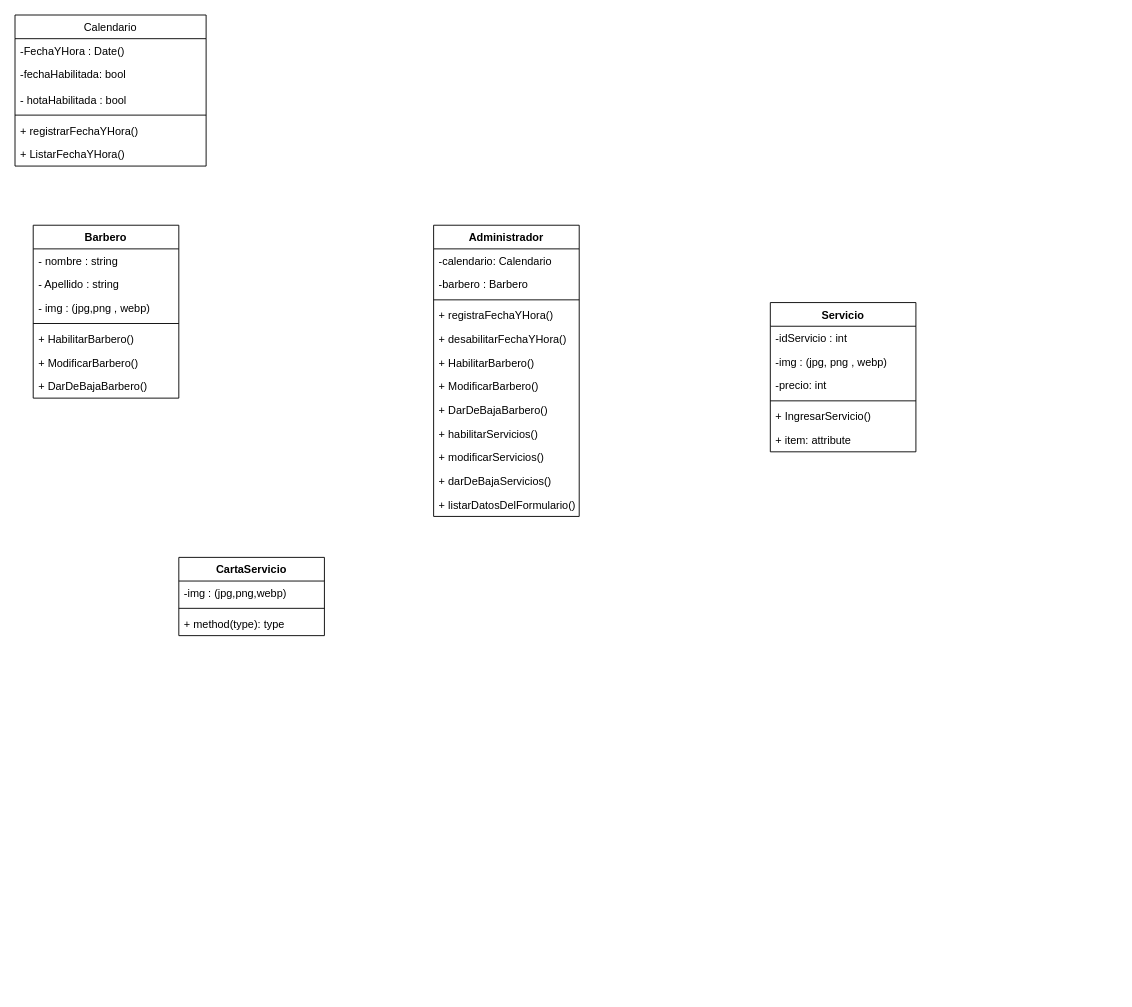
The draw.io diagram UML/AppBarbe.drawio in SebastianDlaCruz/BarberApp, before the edit. Source tidied: cells renumbered, new cells numbered last; positions are measured from the earlier drawing's top-left corner, leaving out a move shared by most shapes. Both pictures are drawn from the tidied source at 91%, with x=0, y=0 at pixel (15, 15).
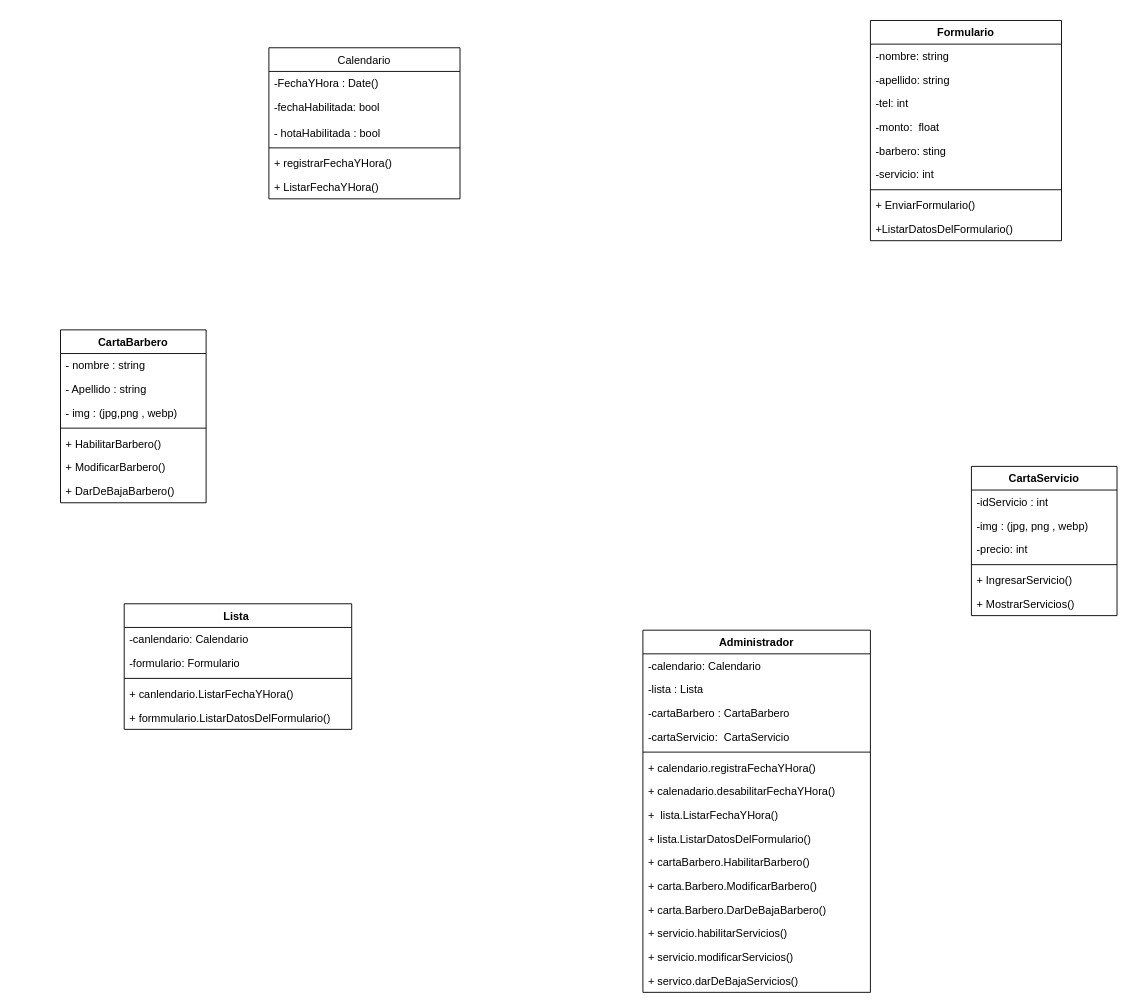
The same diagram, later.

Commit message:
modificando el uml

What changed in the source:
```diff
@@
     <mxCell id="2" value="Administrador" style="swimlane;fontStyle=1;align=center;verticalAlign=top;horizontal=1;startSize=26;" parent="1" vertex="1">
-      <mxGeometry x="460" y="231" width="160" height="320" as="geometry" />
+      <mxGeometry x="690" y="676" width="250" height="398" as="geometry" />
     </mxCell>
     <mxCell id="3" value="-calendario: Calendario" style="text;strokeColor=none;fillColor=none;align=left;verticalAlign=top;spacingLeft=4;spacingRight=4;overflow=hidden;" parent="2" vertex="1">
-      <mxGeometry y="26" width="160" height="26" as="geometry" />
+      <mxGeometry y="26" width="250" height="26" as="geometry" />
     </mxCell>
+    <mxCell id="41" value="-lista : Lista" style="text;strokeColor=none;fillColor=none;align=left;verticalAlign=top;spacingLeft=4;spacingRight=4;overflow=hidden;" parent="2" vertex="1">
+      <mxGeometry y="52" width="250" height="26" as="geometry" />
+    </mxCell>
-    <mxCell id="4" value="-barbero : Barbero" style="text;strokeColor=none;fillColor=none;align=left;verticalAlign=top;spacingLeft=4;spacingRight=4;overflow=hidden;" parent="2" vertex="1">
-      <mxGeometry y="52" width="160" height="26" as="geometry" />
+    <mxCell id="4" value="-cartaBarbero : CartaBarbero" style="text;strokeColor=none;fillColor=none;align=left;verticalAlign=top;spacingLeft=4;spacingRight=4;overflow=hidden;" parent="2" vertex="1">
+      <mxGeometry y="78" width="250" height="26" as="geometry" />
     </mxCell>
+    <mxCell id="42" value="-cartaServicio:  CartaServicio" style="text;strokeColor=none;fillColor=none;align=left;verticalAlign=top;spacingLeft=4;spacingRight=4;overflow=hidden;" parent="2" vertex="1">
+      <mxGeometry y="104" width="250" height="26" as="geometry" />
+    </mxCell>
     <mxCell id="5" style="line;strokeWidth=1;fillColor=none;align=left;verticalAlign=middle;spacingTop=-1;spacingLeft=3;spacingRight=3;labelPosition=right;" parent="2" vertex="1">
-      <mxGeometry y="78" width="160" height="8" as="geometry" />
+      <mxGeometry y="130" width="250" height="8" as="geometry" />
     </mxCell>
-    <mxCell id="6" value="+ registraFechaYHora()" style="text;strokeColor=none;fillColor=none;align=left;verticalAlign=top;spacingLeft=4;spacingRight=4;overflow=hidden;" parent="2" vertex="1">
-      <mxGeometry y="86" width="160" height="26" as="geometry" />
+    <mxCell id="6" value="+ calendario.registraFechaYHora()" style="text;strokeColor=none;fillColor=none;align=left;verticalAlign=top;spacingLeft=4;spacingRight=4;overflow=hidden;" parent="2" vertex="1">
+      <mxGeometry y="138" width="250" height="26" as="geometry" />
     </mxCell>
-    <mxCell id="7" value="+ desabilitarFechaYHora()" style="text;strokeColor=none;fillColor=none;align=left;verticalAlign=top;spacingLeft=4;spacingRight=4;overflow=hidden;" parent="2" vertex="1">
-      <mxGeometry y="112" width="160" height="26" as="geometry" />
+    <mxCell id="7" value="+ calenadario.desabilitarFechaYHora()" style="text;strokeColor=none;fillColor=none;align=left;verticalAlign=top;spacingLeft=4;spacingRight=4;overflow=hidden;" parent="2" vertex="1">
+      <mxGeometry y="164" width="250" height="26" as="geometry" />
     </mxCell>
+    <mxCell id="43" value="+  lista.ListarFechaYHora()" style="text;strokeColor=none;fillColor=none;align=left;verticalAlign=top;spacingLeft=4;spacingRight=4;overflow=hidden;" parent="2" vertex="1">
+      <mxGeometry y="190" width="250" height="26" as="geometry" />
+    </mxCell>
+    <mxCell id="44" value="+ lista.ListarDatosDelFormulario()" style="text;strokeColor=none;fillColor=none;align=left;verticalAlign=top;spacingLeft=4;spacingRight=4;overflow=hidden;" parent="2" vertex="1">
+      <mxGeometry y="216" width="250" height="26" as="geometry" />
+    </mxCell>
-    <mxCell id="8" value="+ HabilitarBarbero()" style="text;strokeColor=none;fillColor=none;align=left;verticalAlign=top;spacingLeft=4;spacingRight=4;overflow=hidden;" parent="2" vertex="1">
-      <mxGeometry y="138" width="160" height="26" as="geometry" />
+    <mxCell id="8" value="+ cartaBarbero.HabilitarBarbero()" style="text;strokeColor=none;fillColor=none;align=left;verticalAlign=top;spacingLeft=4;spacingRight=4;overflow=hidden;" parent="2" vertex="1">
+      <mxGeometry y="242" width="250" height="26" as="geometry" />
     </mxCell>
-    <mxCell id="9" value="+ ModificarBarbero()" style="text;strokeColor=none;fillColor=none;align=left;verticalAlign=top;spacingLeft=4;spacingRight=4;overflow=hidden;" parent="2" vertex="1">
-      <mxGeometry y="164" width="160" height="26" as="geometry" />
+    <mxCell id="9" value="+ carta.Barbero.ModificarBarbero()" style="text;strokeColor=none;fillColor=none;align=left;verticalAlign=top;spacingLeft=4;spacingRight=4;overflow=hidden;" parent="2" vertex="1">
+      <mxGeometry y="268" width="250" height="26" as="geometry" />
     </mxCell>
-    <mxCell id="10" value="+ DarDeBajaBarbero()" style="text;strokeColor=none;fillColor=none;align=left;verticalAlign=top;spacingLeft=4;spacingRight=4;overflow=hidden;" parent="2" vertex="1">
-      <mxGeometry y="190" width="160" height="26" as="geometry" />
+    <mxCell id="10" value="+ carta.Barbero.DarDeBajaBarbero()" style="text;strokeColor=none;fillColor=none;align=left;verticalAlign=top;spacingLeft=4;spacingRight=4;overflow=hidden;" parent="2" vertex="1">
+      <mxGeometry y="294" width="250" height="26" as="geometry" />
     </mxCell>
-    <mxCell id="11" value="+ habilitarServicios()" style="text;strokeColor=none;fillColor=none;align=left;verticalAlign=top;spacingLeft=4;spacingRight=4;overflow=hidden;" parent="2" vertex="1">
-      <mxGeometry y="216" width="160" height="26" as="geometry" />
+    <mxCell id="11" value="+ servicio.habilitarServicios()" style="text;strokeColor=none;fillColor=none;align=left;verticalAlign=top;spacingLeft=4;spacingRight=4;overflow=hidden;" parent="2" vertex="1">
+      <mxGeometry y="320" width="250" height="26" as="geometry" />
     </mxCell>
-    <mxCell id="12" value="+ modificarServicios()" style="text;strokeColor=none;fillColor=none;align=left;verticalAlign=top;spacingLeft=4;spacingRight=4;overflow=hidden;" parent="2" vertex="1">
-      <mxGeometry y="242" width="160" height="26" as="geometry" />
+    <mxCell id="12" value="+ servicio.modificarServicios()" style="text;strokeColor=none;fillColor=none;align=left;verticalAlign=top;spacingLeft=4;spacingRight=4;overflow=hidden;" parent="2" vertex="1">
+      <mxGeometry y="346" width="250" height="26" as="geometry" />
     </mxCell>
-    <mxCell id="13" value="+ darDeBajaServicios()" style="text;strokeColor=none;fillColor=none;align=left;verticalAlign=top;spacingLeft=4;spacingRight=4;overflow=hidden;" parent="2" vertex="1">
-      <mxGeometry y="268" width="160" height="26" as="geometry" />
+    <mxCell id="13" value="+ servico.darDeBajaServicios()" style="text;strokeColor=none;fillColor=none;align=left;verticalAlign=top;spacingLeft=4;spacingRight=4;overflow=hidden;" parent="2" vertex="1">
+      <mxGeometry y="372" width="250" height="26" as="geometry" />
     </mxCell>
-    <mxCell id="14" value="+ listarDatosDelFormulario()" style="text;strokeColor=none;fillColor=none;align=left;verticalAlign=top;spacingLeft=4;spacingRight=4;overflow=hidden;" parent="2" vertex="1">
-      <mxGeometry y="294" width="160" height="26" as="geometry" />
-    </mxCell>
     <mxCell id="15" value="Calendario" style="swimlane;fontStyle=0;horizontal=1;startSize=26;fillColor=none;" parent="1" vertex="1">
-      <mxGeometry width="210" height="166" as="geometry" />
+      <mxGeometry x="279" y="36" width="210" height="166" as="geometry" />
     </mxCell>
@@
-    <mxCell id="22" value="Barbero" style="swimlane;fontStyle=1;align=center;verticalAlign=top;horizontal=1;startSize=26;" parent="1" vertex="1">
-      <mxGeometry x="20" y="231" width="160" height="190" as="geometry" />
+    <mxCell id="22" value="CartaBarbero" style="swimlane;fontStyle=1;align=center;verticalAlign=top;horizontal=1;startSize=26;" parent="1" vertex="1">
+      <mxGeometry x="50" y="346" width="160" height="190" as="geometry" />
     </mxCell>
@@
-    <mxCell id="30" value="CartaServicio" style="swimlane;fontStyle=1;align=center;verticalAlign=top;horizontal=1;startSize=26;" parent="1" vertex="1">
-      <mxGeometry x="180" y="596" width="160" height="86" as="geometry" />
-    </mxCell>
-    <mxCell id="31" value="-img : (jpg,png,webp)" style="text;strokeColor=none;fillColor=none;align=left;verticalAlign=top;spacingLeft=4;spacingRight=4;overflow=hidden;" parent="30" vertex="1">
-      <mxGeometry y="26" width="160" height="26" as="geometry" />
-    </mxCell>
-    <mxCell id="32" style="line;strokeWidth=1;fillColor=none;align=left;verticalAlign=middle;spacingTop=-1;spacingLeft=3;spacingRight=3;labelPosition=right;" parent="30" vertex="1">
-      <mxGeometry y="52" width="160" height="8" as="geometry" />
-    </mxCell>
-    <mxCell id="33" value="+ method(type): type" style="text;strokeColor=none;fillColor=none;align=left;verticalAlign=top;spacingLeft=4;spacingRight=4;overflow=hidden;" parent="30" vertex="1">
-      <mxGeometry y="60" width="160" height="26" as="geometry" />
-    </mxCell>
-    <mxCell id="34" value="Servicio" style="swimlane;fontStyle=1;align=center;verticalAlign=top;horizontal=1;startSize=26;" parent="1" vertex="1">
-      <mxGeometry x="830" y="316" width="160" height="164" as="geometry" />
+    <mxCell id="34" value="CartaServicio" style="swimlane;fontStyle=1;align=center;verticalAlign=top;horizontal=1;startSize=26;" parent="1" vertex="1">
+      <mxGeometry x="1051" y="496" width="160" height="164" as="geometry" />
     </mxCell>
@@
-    <mxCell id="40" value="+ item: attribute" style="text;strokeColor=none;fillColor=none;align=left;verticalAlign=top;spacingLeft=4;spacingRight=4;overflow=hidden;" parent="34" vertex="1">
+    <mxCell id="40" value="+ MostrarServicios()" style="text;strokeColor=none;fillColor=none;align=left;verticalAlign=top;spacingLeft=4;spacingRight=4;overflow=hidden;" parent="34" vertex="1">
       <mxGeometry y="138" width="160" height="26" as="geometry" />
     </mxCell>
+    <mxCell id="45" value="Formulario" style="swimlane;fontStyle=1;align=center;verticalAlign=top;horizontal=1;startSize=26;" parent="1" vertex="1">
+      <mxGeometry x="940" y="6" width="210" height="242" as="geometry" />
+    </mxCell>
+    <mxCell id="46" value="-nombre: string" style="text;strokeColor=none;fillColor=none;align=left;verticalAlign=top;spacingLeft=4;spacingRight=4;overflow=hidden;" parent="45" vertex="1">
+      <mxGeometry y="26" width="210" height="26" as="geometry" />
+    </mxCell>
+    <mxCell id="47" value="-apellido: string" style="text;strokeColor=none;fillColor=none;align=left;verticalAlign=top;spacingLeft=4;spacingRight=4;overflow=hidden;" parent="45" vertex="1">
+      <mxGeometry y="52" width="210" height="26" as="geometry" />
+    </mxCell>
+    <mxCell id="48" value="-tel: int" style="text;strokeColor=none;fillColor=none;align=left;verticalAlign=top;spacingLeft=4;spacingRight=4;overflow=hidden;" parent="45" vertex="1">
+      <mxGeometry y="78" width="210" height="26" as="geometry" />
+    </mxCell>
+    <mxCell id="49" value="-monto:  float" style="text;strokeColor=none;fillColor=none;align=left;verticalAlign=top;spacingLeft=4;spacingRight=4;overflow=hidden;" parent="45" vertex="1">
+      <mxGeometry y="104" width="210" height="26" as="geometry" />
+    </mxCell>
+    <mxCell id="50" value="-barbero: sting" style="text;strokeColor=none;fillColor=none;align=left;verticalAlign=top;spacingLeft=4;spacingRight=4;overflow=hidden;" parent="45" vertex="1">
+      <mxGeometry y="130" width="210" height="26" as="geometry" />
+    </mxCell>
+    <mxCell id="51" value="-servicio: int" style="text;strokeColor=none;fillColor=none;align=left;verticalAlign=top;spacingLeft=4;spacingRight=4;overflow=hidden;" parent="45" vertex="1">
+      <mxGeometry y="156" width="210" height="26" as="geometry" />
+    </mxCell>
+    <mxCell id="52" style="line;strokeWidth=1;fillColor=none;align=left;verticalAlign=middle;spacingTop=-1;spacingLeft=3;spacingRight=3;labelPosition=right;" parent="45" vertex="1">
+      <mxGeometry y="182" width="210" height="8" as="geometry" />
+    </mxCell>
+    <mxCell id="53" value="+ EnviarFormulario()" style="text;strokeColor=none;fillColor=none;align=left;verticalAlign=top;spacingLeft=4;spacingRight=4;overflow=hidden;" parent="45" vertex="1">
+      <mxGeometry y="190" width="210" height="26" as="geometry" />
+    </mxCell>
+    <mxCell id="54" value="+ListarDatosDelFormulario()" style="text;strokeColor=none;fillColor=none;align=left;verticalAlign=top;spacingLeft=4;spacingRight=4;overflow=hidden;" parent="45" vertex="1">
+      <mxGeometry y="216" width="210" height="26" as="geometry" />
+    </mxCell>
+    <mxCell id="55" value="Lista " style="swimlane;fontStyle=1;align=center;verticalAlign=top;horizontal=1;startSize=26;" parent="1" vertex="1">
+      <mxGeometry x="120" y="647" width="250" height="138" as="geometry" />
+    </mxCell>
+    <mxCell id="56" value="-canlendario: Calendario" style="text;strokeColor=none;fillColor=none;align=left;verticalAlign=top;spacingLeft=4;spacingRight=4;overflow=hidden;" parent="55" vertex="1">
+      <mxGeometry y="26" width="250" height="26" as="geometry" />
+    </mxCell>
+    <mxCell id="57" value="-formulario: Formulario" style="text;strokeColor=none;fillColor=none;align=left;verticalAlign=top;spacingLeft=4;spacingRight=4;overflow=hidden;" parent="55" vertex="1">
+      <mxGeometry y="52" width="250" height="26" as="geometry" />
+    </mxCell>
+    <mxCell id="58" style="line;strokeWidth=1;fillColor=none;align=left;verticalAlign=middle;spacingTop=-1;spacingLeft=3;spacingRight=3;labelPosition=right;" parent="55" vertex="1">
+      <mxGeometry y="78" width="250" height="8" as="geometry" />
+    </mxCell>
+    <mxCell id="59" value="+ canlendario.ListarFechaYHora()&#10;&#10;" style="text;strokeColor=none;fillColor=none;align=left;verticalAlign=top;spacingLeft=4;spacingRight=4;overflow=hidden;" parent="55" vertex="1">
+      <mxGeometry y="86" width="250" height="26" as="geometry" />
+    </mxCell>
+    <mxCell id="60" value="+ formmulario.ListarDatosDelFormulario()" style="text;strokeColor=none;fillColor=none;align=left;verticalAlign=top;spacingLeft=4;spacingRight=4;overflow=hidden;" parent="55" vertex="1">
+      <mxGeometry y="112" width="250" height="26" as="geometry" />
+    </mxCell>
```
